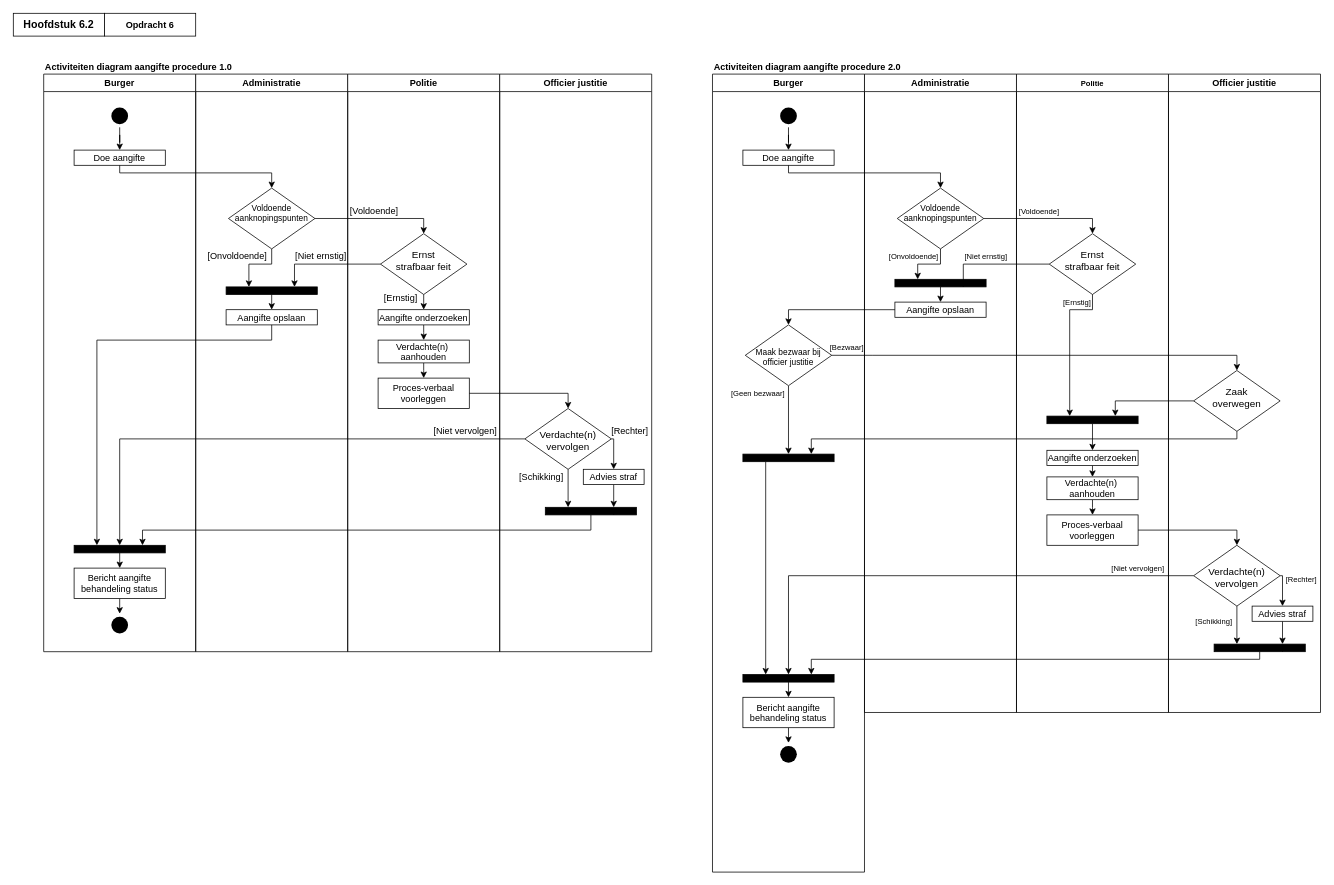
The draw.io diagram page "Opdracht6" (4 of 4) of ActivityDiagramHealthclinic.drawio in EMB20/Procesanalyse, before the edit. Source tidied: cells renumbered, new cells numbered last; positions are measured from the earlier drawing's top-left corner, leaving out a move shared by most shapes. Both pictures are drawn from the tidied source at 76%, with x=0, y=0 at pixel (13, 13).
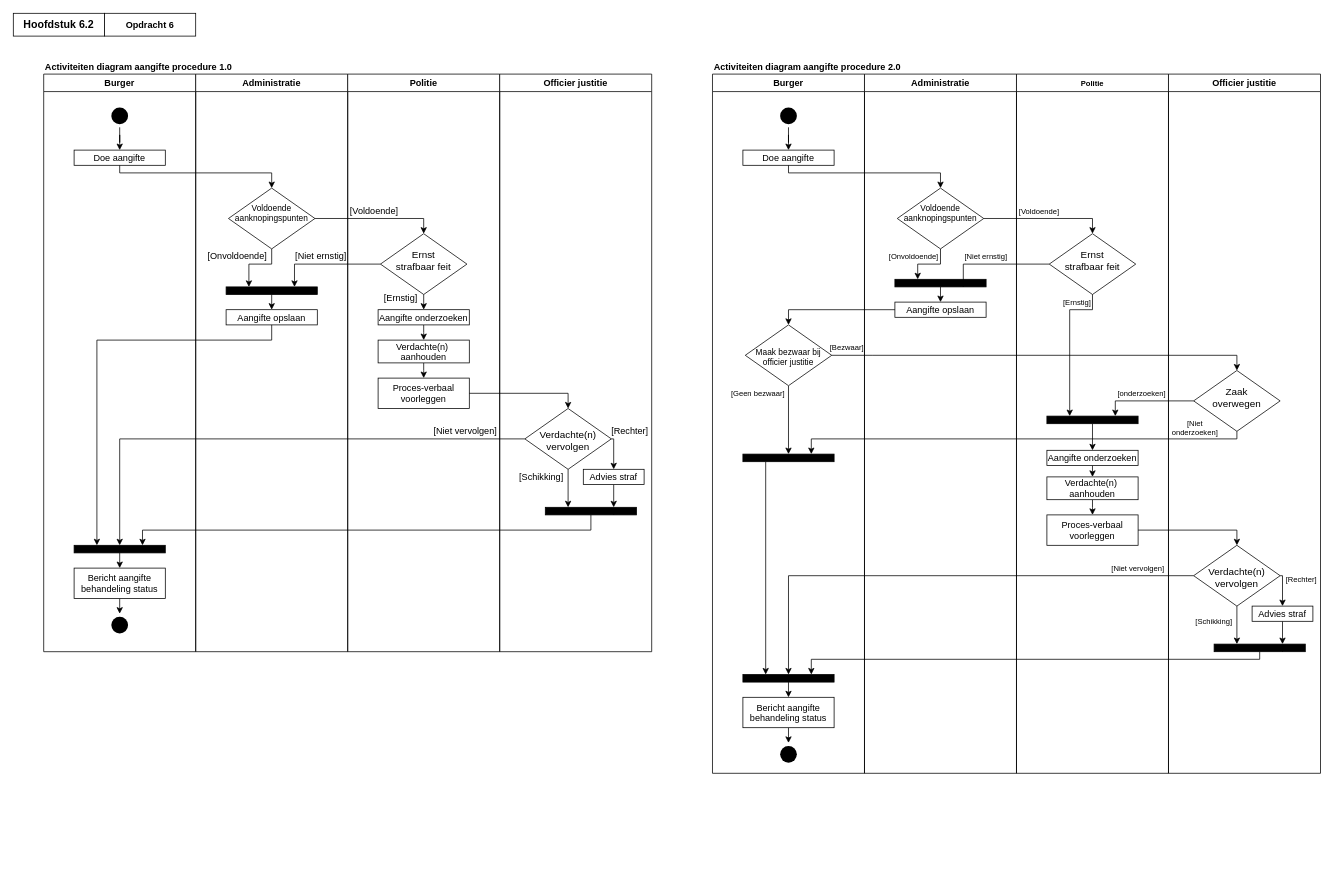
Above is the later version.

Change to the diagram source:
```diff
@@
     <mxCell id="50" value="Burger" style="swimlane;whiteSpace=wrap;html=1;" parent="1" vertex="1">
-      <mxGeometry x="920" y="80" width="200" height="1050" as="geometry" />
+      <mxGeometry x="920" y="80" width="200" height="920" as="geometry" />
     </mxCell>
@@
     <mxCell id="65" value="Administratie" style="swimlane;whiteSpace=wrap;html=1;" parent="1" vertex="1">
-      <mxGeometry x="1120" y="80" width="200" height="840" as="geometry" />
+      <mxGeometry x="1120" y="80" width="200" height="920" as="geometry" />
     </mxCell>
@@
     <mxCell id="76" value="Politie" style="swimlane;whiteSpace=wrap;html=1;startSize=23;fontSize=10;" parent="1" vertex="1">
-      <mxGeometry x="1320" y="80" width="200" height="840" as="geometry" />
+      <mxGeometry x="1320" y="80" width="200" height="920" as="geometry" />
     </mxCell>
@@
+    <mxCell id="108" value="[onderzoeken]" style="text;html=1;align=center;verticalAlign=middle;whiteSpace=wrap;rounded=0;fontSize=10;" parent="76" vertex="1">
+      <mxGeometry x="130" y="410" width="70" height="20" as="geometry" />
+    </mxCell>
@@
     <mxCell id="97" value="Officier justitie" style="swimlane;whiteSpace=wrap;html=1;startSize=23;" parent="1" vertex="1">
-      <mxGeometry x="1520" y="80" width="200" height="840" as="geometry" />
+      <mxGeometry x="1520" y="80" width="200" height="920" as="geometry" />
     </mxCell>
@@
+    <mxCell id="109" value="[Niet onderzoeken]" style="text;html=1;align=center;verticalAlign=middle;whiteSpace=wrap;rounded=0;fontSize=10;" parent="97" vertex="1">
+      <mxGeometry y="450" width="70" height="30" as="geometry" />
+    </mxCell>
```
